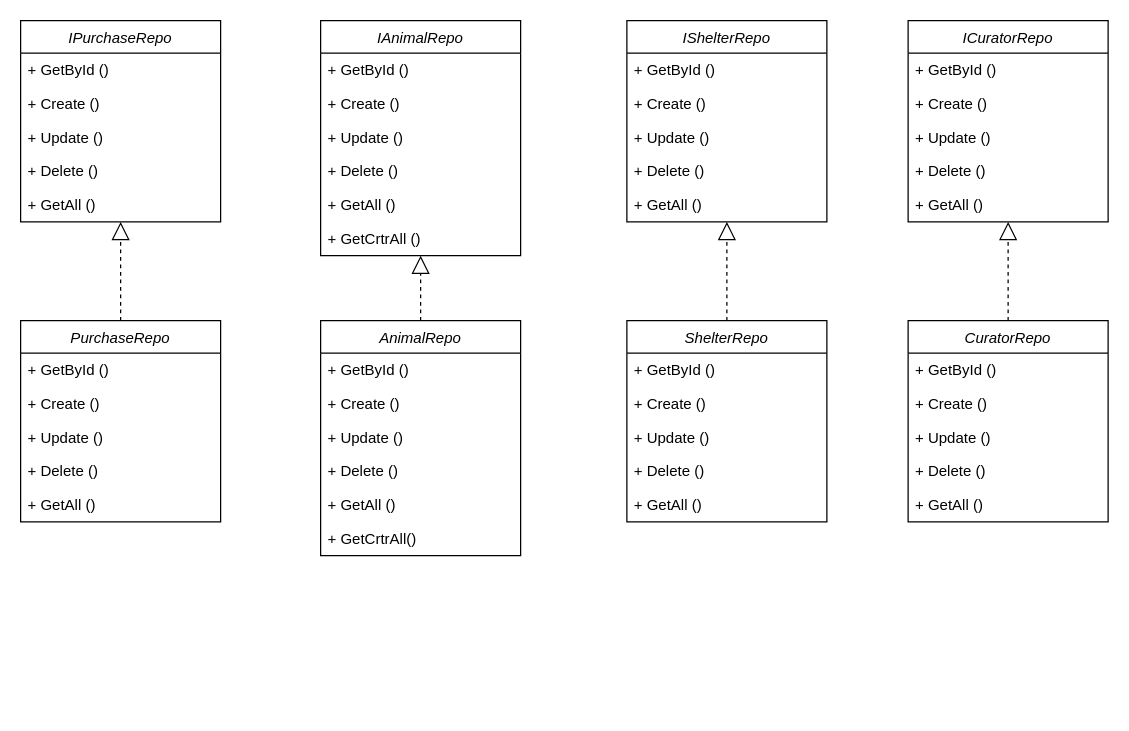
Earlier version of the draw.io diagram diagrams/BD.drawio (Laiika/bmstu-iu7-sd). Source tidied: cells renumbered, new cells numbered last; positions are measured from the earlier drawing's top-left corner, leaving out a move shared by most shapes. Both pictures are drawn from the tidied source at 125%, with x=0, y=0 at pixel (20, 20).
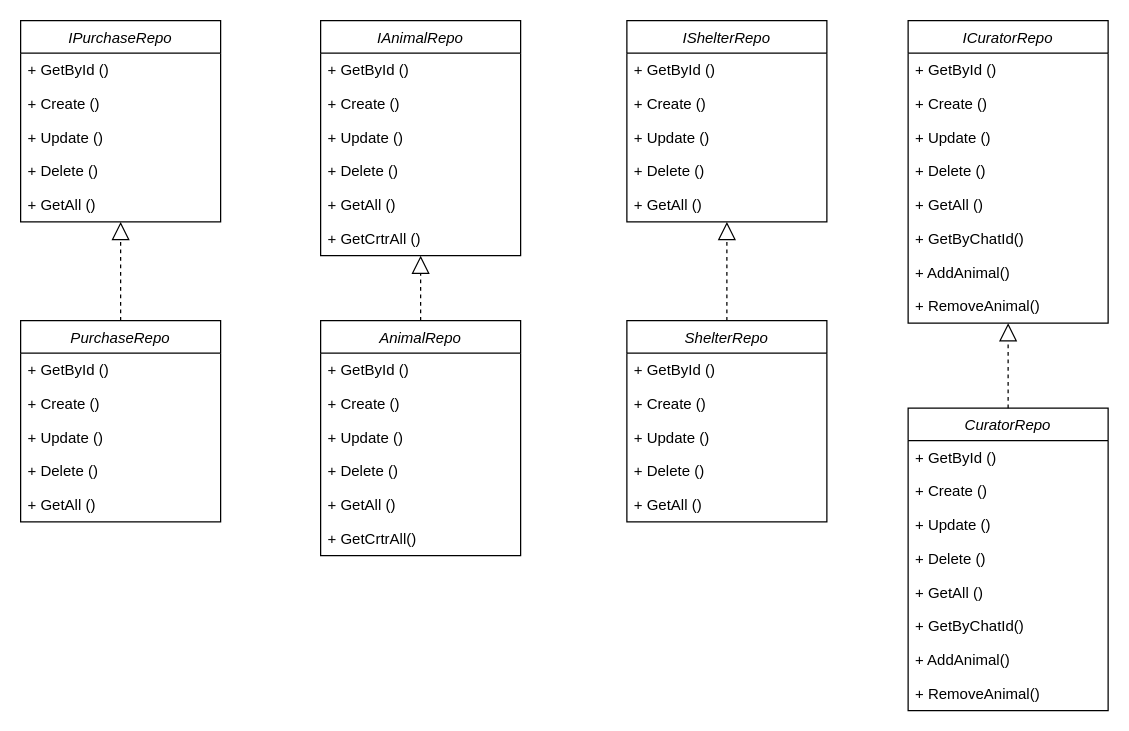
Above is the later version.

Commit message (it also covers changes not shown here):
пофиксила диаграммы

Diff of the diagram source:
```diff
@@
     <mxCell id="15" value="ICuratorRepo" style="swimlane;fontStyle=2;align=center;verticalAlign=top;horizontal=1;startSize=26;rounded=0;shadow=0;strokeWidth=1;" parent="1" vertex="1">
-      <mxGeometry x="710" width="160" height="161" as="geometry" />
+      <mxGeometry x="710" width="160" height="242" as="geometry" />
     </mxCell>
@@
+    <mxCell id="56" value="+ GetByChatId()" style="text;align=left;verticalAlign=top;spacingLeft=4;spacingRight=4;overflow=hidden;rounded=0;shadow=0;html=0;" parent="15" vertex="1">
+      <mxGeometry y="161" width="160" height="27" as="geometry" />
+    </mxCell>
+    <mxCell id="57" value="+ AddAnimal()" style="text;align=left;verticalAlign=top;spacingLeft=4;spacingRight=4;overflow=hidden;rounded=0;shadow=0;html=0;" parent="15" vertex="1">
+      <mxGeometry y="188" width="160" height="27" as="geometry" />
+    </mxCell>
+    <mxCell id="58" value="+ RemoveAnimal()" style="text;align=left;verticalAlign=top;spacingLeft=4;spacingRight=4;overflow=hidden;rounded=0;shadow=0;html=0;" parent="15" vertex="1">
+      <mxGeometry y="215" width="160" height="27" as="geometry" />
+    </mxCell>
     <mxCell id="21" value="CuratorRepo" style="swimlane;fontStyle=2;align=center;verticalAlign=top;horizontal=1;startSize=26;rounded=0;shadow=0;strokeWidth=1;" parent="1" vertex="1">
-      <mxGeometry x="710" y="240" width="160" height="161" as="geometry" />
+      <mxGeometry x="710" y="310" width="160" height="242" as="geometry" />
     </mxCell>
@@
+    <mxCell id="59" value="+ GetByChatId()" style="text;align=left;verticalAlign=top;spacingLeft=4;spacingRight=4;overflow=hidden;rounded=0;shadow=0;html=0;" parent="21" vertex="1">
+      <mxGeometry y="161" width="160" height="27" as="geometry" />
+    </mxCell>
+    <mxCell id="60" value="+ AddAnimal()" style="text;align=left;verticalAlign=top;spacingLeft=4;spacingRight=4;overflow=hidden;rounded=0;shadow=0;html=0;" parent="21" vertex="1">
+      <mxGeometry y="188" width="160" height="27" as="geometry" />
+    </mxCell>
+    <mxCell id="61" value="+ RemoveAnimal()" style="text;align=left;verticalAlign=top;spacingLeft=4;spacingRight=4;overflow=hidden;rounded=0;shadow=0;html=0;" parent="21" vertex="1">
+      <mxGeometry y="215" width="160" height="27" as="geometry" />
+    </mxCell>
```
